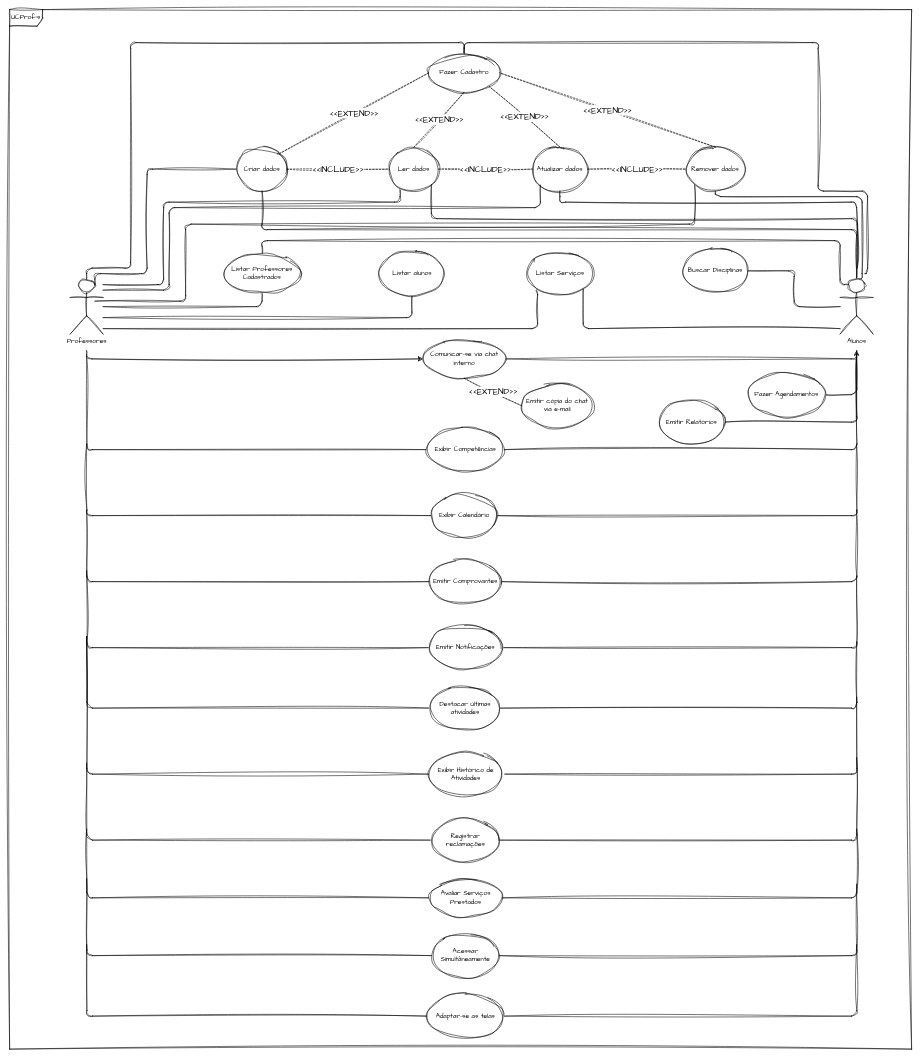
The draw.io diagram Caso de Uso.drawio in gabi-lessa/AnaliseProjetoSistemas, before the edit. Source tidied: cells renumbered, new cells numbered last; positions are measured from the earlier drawing's top-left corner, leaving out a move shared by most shapes. Both pictures are drawn from the tidied source at 55%, with x=0, y=0 at pixel (9, 9).
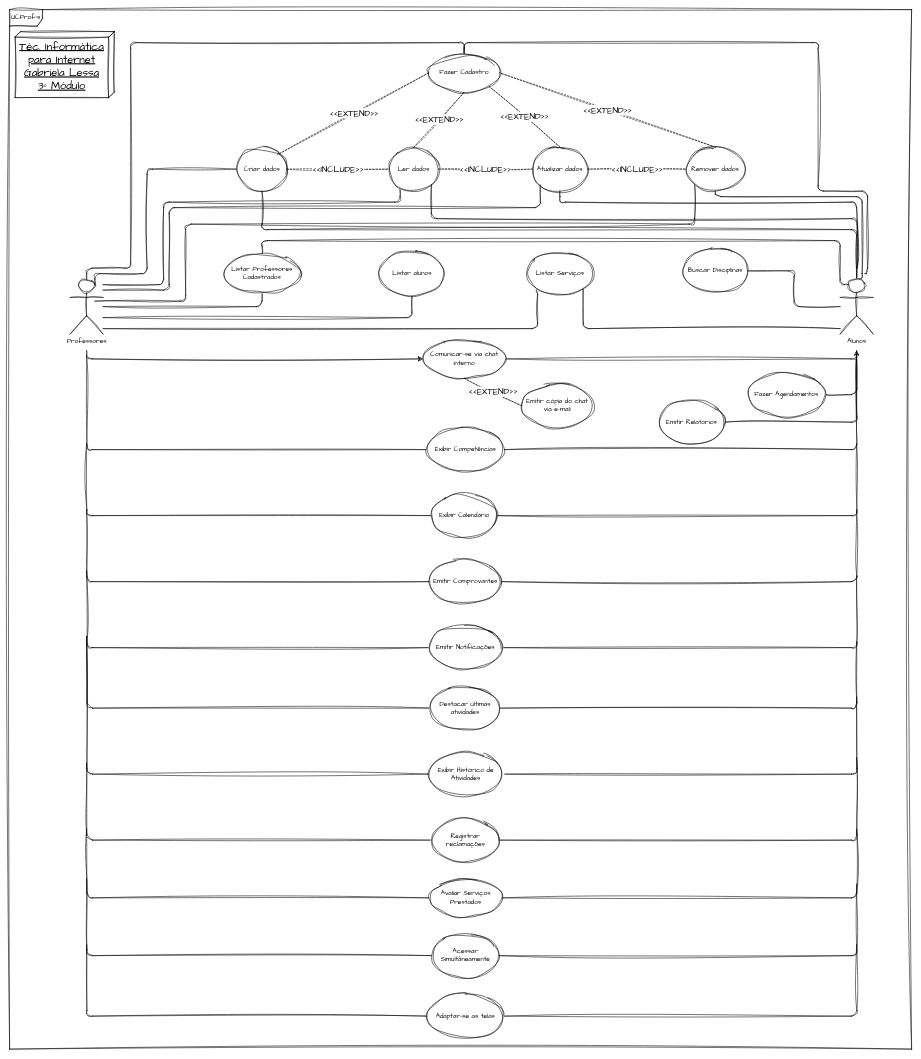
After the change.

Change to the diagram source:
```diff
@@
+    <mxCell id="77" value="&lt;div style=&quot;&quot;&gt;&lt;span style=&quot;background-color: initial;&quot;&gt;Téc. Informática para Internet&lt;/span&gt;&lt;/div&gt;&lt;div style=&quot;&quot;&gt;&lt;span style=&quot;background-color: initial;&quot;&gt;Gabriela Lessa&lt;/span&gt;&lt;/div&gt;&lt;div style=&quot;&quot;&gt;&lt;span style=&quot;background-color: initial;&quot;&gt;3º Módulo&lt;/span&gt;&lt;/div&gt;" style="verticalAlign=top;align=center;spacingTop=8;spacingLeft=2;spacingRight=12;shape=cube;size=10;direction=south;fontStyle=4;html=1;whiteSpace=wrap;rounded=1;sketch=1;hachureGap=4;jiggle=2;curveFitting=1;fontFamily=Architects Daughter;fontSize=20;fillColor=none;" parent="1" vertex="1">
+      <mxGeometry x="10" y="40" width="180" height="120" as="geometry" />
+    </mxCell>
```
